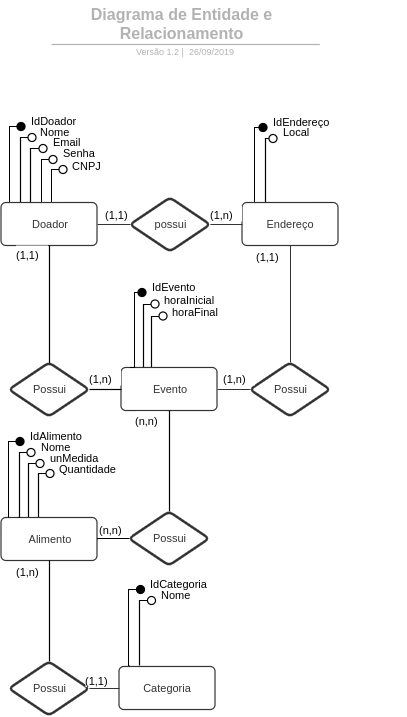
This is docs/assets/images/doc-arquitetura/DER.png from fga-eps-mds/2019.2-FoodCare, a draw.io export, as it was before one commit. Source tidied: cells renumbered, new cells last; positions are measured from the earlier drawing's top-left corner, leaving out a move shared by most shapes.
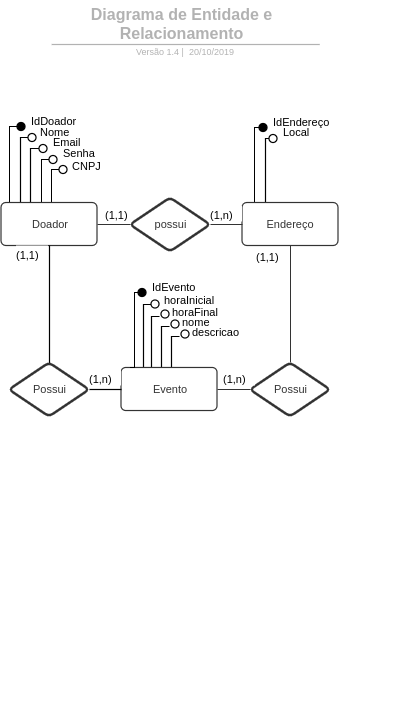
The same diagram one commit later.

Commit message:
Refatora imagens em doc-arquitetura

What changed in the source:
```diff
@@ -2,22 +2,27 @@
   <root>
     <mxCell id="0" />
     <mxCell id="1" parent="0" />
-    <mxCell id="2" style="html=1;jettySize=18;fontSize=11;strokeWidth=1.2;rounded=1;arcSize=0;edgeStyle=orthogonalEdgeStyle;startArrow=none;endArrow=none;exitX=0.1893355952099498;exitY=-0.01400277318614865;exitPerimeter=1;entryX=-0.07494300617068816;entryY=0.5;entryPerimeter=1;" parent="1" edge="1" target="80">
-      <mxGeometry relative="1" as="geometry">
-        <mxPoint x="26.7" y="528" as="sourcePoint" />
-        <Array as="points">
-          <mxPoint x="26.5" y="463" />
-        </Array>
-      </mxGeometry>
-    </mxCell>
-    <mxCell id="3" style="html=1;jettySize=18;fontSize=11;strokeWidth=1.2;rounded=1;arcSize=0;edgeStyle=orthogonalEdgeStyle;startArrow=none;endArrow=none;exitX=0.1893355952099498;exitY=-0.01400277318614865;exitPerimeter=1;entryX=-0.07494300617068816;entryY=0.5;entryPerimeter=1;" parent="1" edge="1" target="82">
-      <mxGeometry relative="1" as="geometry">
-        <mxPoint x="37" y="538.3" as="sourcePoint" />
-        <Array as="points">
-          <mxPoint x="36.5" y="473" />
-        </Array>
-      </mxGeometry>
-    </mxCell>
+    <mxCell id="84" style="html=1;jettySize=18;fontSize=11;strokeWidth=1.2;rounded=1;arcSize=0;edgeStyle=orthogonalEdgeStyle;startArrow=none;endArrow=none;exitX=0.1893355952099498;exitY=-0.01400277318614865;exitPerimeter=1;entryX=-0.07494300617068816;entryY=0.5;entryPerimeter=1;" parent="1" edge="1">
+      <mxGeometry relative="1" as="geometry">
+        <mxPoint x="160" y="391" as="sourcePoint" />
+        <mxPoint x="168" y="326" as="targetPoint" />
+        <Array as="points">
+          <mxPoint x="159.5" y="325.5" />
+        </Array>
+      </mxGeometry>
+    </mxCell>
+    <mxCell id="85" style="html=1;jettySize=18;fontSize=11;strokeWidth=1.2;rounded=1;arcSize=0;edgeStyle=orthogonalEdgeStyle;startArrow=none;endArrow=none;exitX=0.1893355952099498;exitY=-0.01400277318614865;exitPerimeter=1;entryX=-0.07494300617068816;entryY=0.5;entryPerimeter=1;" parent="1" edge="1">
+      <mxGeometry relative="1" as="geometry">
+        <mxPoint x="170" y="401" as="sourcePoint" />
+        <mxPoint x="178" y="336" as="targetPoint" />
+        <Array as="points">
+          <mxPoint x="169.5" y="335.5" />
+        </Array>
+      </mxGeometry>
+    </mxCell>
+    <mxCell id="86" value="descricao" style="html=1;whiteSpace=wrap;fontSize=11;fontColor=#000000;align=left;spacing=5;verticalAlign=bottom;strokeOpacity=0;fillOpacity=0;fillColor=#ffffff;strokeWidth=1.2;" parent="1" vertex="1">
+      <mxGeometry x="184.5" y="311.5" width="129" height="32" as="geometry" />
+    </mxCell>
     <mxCell id="4" style="html=1;jettySize=18;fontSize=11;strokeWidth=1.2;rounded=1;arcSize=0;edgeStyle=orthogonalEdgeStyle;startArrow=none;endArrow=none;exitX=0.41356356287256324;exitY=-0.01400277318614865;exitPerimeter=1;entryX=-0.07494300617068816;entryY=0.5;entryPerimeter=1;" parent="1" edge="1">
       <mxGeometry relative="1" as="geometry">
         <mxPoint x="49" y="212" as="sourcePoint" />
@@ -112,9 +117,10 @@
         </Array>
       </mxGeometry>
     </mxCell>
-    <mxCell id="25" style="html=1;jettySize=18;fontSize=11;strokeWidth=1.2;rounded=1;arcSize=0;edgeStyle=orthogonalEdgeStyle;startArrow=none;endArrow=none;exitX=0.1893355952099498;exitY=-0.01400277318614865;exitPerimeter=1;entryX=-0.07494300617068816;entryY=0.5;entryPerimeter=1;" parent="23" edge="1" target="73">
+    <mxCell id="25" style="html=1;jettySize=18;fontSize=11;strokeWidth=1.2;rounded=1;arcSize=0;edgeStyle=orthogonalEdgeStyle;startArrow=none;endArrow=none;exitX=0.1893355952099498;exitY=-0.01400277318614865;exitPerimeter=1;entryX=-0.07494300617068816;entryY=0.5;entryPerimeter=1;" parent="23" edge="1">
       <mxGeometry relative="1" as="geometry">
         <mxPoint x="150.5" y="183.8" as="sourcePoint" />
+        <mxPoint x="158.5" y="119" as="targetPoint" />
         <Array as="points">
           <mxPoint x="150" y="118.5" />
         </Array>
@@ -185,107 +191,12 @@
     <mxCell id="46" value="IdEvento" style="html=1;whiteSpace=wrap;fontSize=11;fontColor=#000000;align=left;spacing=5;verticalAlign=bottom;strokeOpacity=0;fillOpacity=0;fillColor=#ffffff;strokeWidth=1.2;" parent="23" vertex="1">
       <mxGeometry x="145" y="70" width="129" height="32" as="geometry" />
     </mxCell>
-    <mxCell id="47" style="html=1;jettySize=18;fontSize=11;strokeWidth=1.2;rounded=1;arcSize=0;edgeStyle=orthogonalEdgeStyle;startArrow=none;endArrow=none;exitX=0.5;exitY=1.0140027686803723;exitPerimeter=1;entryX=0.5;entryY=0.007660845280671058;entryPerimeter=1;" parent="23" edge="1" source="30" target="48">
-      <mxGeometry relative="1" as="geometry" />
-    </mxCell>
-    <mxCell id="48" value="Possui" style="html=1;whiteSpace=wrap;rhombus;fontSize=11;fontColor=#333333;spacing=5;strokeColor=#333333;strokeOpacity=100;rounded=1;absoluteArcSize=1;arcSize=9.6;strokeWidth=2.4;" parent="23" vertex="1">
-      <mxGeometry x="128" y="314" width="80" height="54" as="geometry" />
-    </mxCell>
-    <mxCell id="49" style="html=1;jettySize=18;fontSize=11;strokeWidth=1.2;rounded=1;arcSize=0;edgeStyle=orthogonalEdgeStyle;startArrow=none;endArrow=none;entryX=1.0062234549112143;entryY=0.5;entryPerimeter=1;exitX=0;exitY=0.5;exitDx=0;exitDy=0;" parent="23" edge="1" source="48" target="50">
-      <mxGeometry relative="1" as="geometry" />
-    </mxCell>
-    <mxCell id="50" value="Alimento" style="html=1;whiteSpace=wrap;fontSize=11;fontColor=#333333;spacing=5;strokeColor=#333333;strokeOpacity=100;fillOpacity=100;rounded=1;absoluteArcSize=1;arcSize=9.6;fillColor=#ffffff;strokeWidth=1.2;" parent="23" vertex="1">
-      <mxGeometry y="320" width="96" height="43" as="geometry" />
-    </mxCell>
-    <mxCell id="51" style="html=1;jettySize=18;fontSize=11;strokeWidth=1.2;rounded=1;arcSize=0;edgeStyle=orthogonalEdgeStyle;startArrow=none;endArrow=none;exitX=0.5000000000000002;exitY=1.0140027686803723;exitPerimeter=1;entryX=0.5;entryY=0.007660845280671058;entryPerimeter=1;" parent="23" edge="1" source="50" target="52">
-      <mxGeometry relative="1" as="geometry" />
-    </mxCell>
-    <mxCell id="52" value="Possui" style="html=1;whiteSpace=wrap;rhombus;fontSize=11;fontColor=#333333;spacing=5;strokeColor=#333333;strokeOpacity=100;rounded=1;absoluteArcSize=1;arcSize=9.6;strokeWidth=2.4;" parent="23" vertex="1">
-      <mxGeometry x="8" y="464" width="80" height="54" as="geometry" />
-    </mxCell>
-    <mxCell id="53" value="Categoria" style="html=1;whiteSpace=wrap;fontSize=11;fontColor=#333333;spacing=5;strokeColor=#333333;strokeOpacity=100;fillOpacity=100;rounded=1;absoluteArcSize=1;arcSize=9.6;fillColor=#ffffff;strokeWidth=1.2;" parent="23" vertex="1">
-      <mxGeometry x="118" y="469" width="96" height="43" as="geometry" />
-    </mxCell>
-    <mxCell id="54" value="(n,n)" style="html=1;whiteSpace=wrap;fontSize=11;fontColor=#000000;align=left;spacing=0;verticalAlign=bottom;fillColor=#ffffff;strokeWidth=1.2;shadow=0;strokeColor=none;" parent="23" vertex="1">
-      <mxGeometry x="134" y="214" width="32" height="16" as="geometry" />
-    </mxCell>
-    <mxCell id="55" value="(n,n)" style="html=1;whiteSpace=wrap;fontSize=11;fontColor=#000000;align=left;spacing=0;verticalAlign=bottom;fillColor=#ffffff;strokeWidth=1.2;shadow=0;strokeColor=none;" parent="23" vertex="1">
-      <mxGeometry x="98.5" y="322.5" width="32" height="16" as="geometry" />
-    </mxCell>
-    <mxCell id="56" style="html=1;jettySize=18;fontSize=11;strokeColor=#333333;strokeOpacity=100;strokeWidth=0.6;rounded=1;arcSize=0;edgeStyle=orthogonalEdgeStyle;startArrow=none;endArrow=none;exitX=1;exitY=0.5;entryX=0;entryY=0.5;exitDx=0;exitDy=0;entryDx=0;entryDy=0;" parent="23" edge="1" source="52" target="53">
-      <mxGeometry relative="1" as="geometry" />
-    </mxCell>
-    <mxCell id="57" value="(1,n)" style="html=1;whiteSpace=wrap;fontSize=11;fontColor=#000000;align=left;spacing=0;verticalAlign=bottom;fillColor=#ffffff;strokeWidth=1.2;shadow=0;strokeColor=none;" parent="23" vertex="1">
-      <mxGeometry x="15" y="365" width="32" height="16" as="geometry" />
-    </mxCell>
-    <mxCell id="58" value="(1,1)" style="html=1;whiteSpace=wrap;fontSize=11;fontColor=#000000;align=left;spacing=0;verticalAlign=bottom;fillColor=#ffffff;strokeWidth=1.2;strokeColor=none;" parent="23" vertex="1">
-      <mxGeometry x="84.5" y="473.5" width="32" height="16" as="geometry" />
-    </mxCell>
-    <mxCell id="59" style="html=1;jettySize=18;fontSize=11;strokeWidth=1.2;rounded=1;arcSize=0;edgeStyle=orthogonalEdgeStyle;startArrow=none;endArrow=none;exitX=0.07722161137864306;exitY=-0.01400277318614865;exitPerimeter=1;entryX=-0.07494300617068829;entryY=0.5;entryPerimeter=1;" parent="23" edge="1" target="60">
-      <mxGeometry relative="1" as="geometry">
-        <mxPoint x="7.8" y="319.7" as="sourcePoint" />
-        <Array as="points">
-          <mxPoint x="7" y="244" />
-        </Array>
-      </mxGeometry>
-    </mxCell>
-    <mxCell id="60" style="html=1;whiteSpace=wrap;ellipse;fontSize=11;spacing=5;strokeOpacity=100;fillOpacity=100;fillColor=#000000;strokeWidth=1.2;" parent="23" vertex="1">
-      <mxGeometry x="15" y="240" width="8" height="8" as="geometry" />
-    </mxCell>
-    <mxCell id="61" style="html=1;jettySize=18;fontSize=11;strokeWidth=1.2;rounded=1;arcSize=0;edgeStyle=orthogonalEdgeStyle;startArrow=none;endArrow=none;exitX=0.1893355952099498;exitY=-0.01400277318614865;exitPerimeter=1;entryX=-0.07494300617068816;entryY=0.5;entryPerimeter=1;" parent="23" edge="1" target="62">
-      <mxGeometry relative="1" as="geometry">
-        <mxPoint x="17.8" y="319.7" as="sourcePoint" />
-        <Array as="points">
-          <mxPoint x="18" y="255" />
-        </Array>
-      </mxGeometry>
-    </mxCell>
-    <mxCell id="62" style="html=1;whiteSpace=wrap;ellipse;fontSize=11;spacing=5;strokeOpacity=100;strokeWidth=1.2;" parent="23" vertex="1">
-      <mxGeometry x="26" y="251" width="8" height="8" as="geometry" />
-    </mxCell>
-    <mxCell id="63" value="IdAlimento" style="html=1;whiteSpace=wrap;fontSize=11;fontColor=#000000;align=left;spacing=5;verticalAlign=bottom;strokeOpacity=0;fillOpacity=0;fillColor=#ffffff;strokeWidth=1.2;" parent="23" vertex="1">
-      <mxGeometry x="23" y="219" width="129" height="32" as="geometry" />
-    </mxCell>
-    <mxCell id="64" value="Nome" style="html=1;whiteSpace=wrap;fontSize=11;fontColor=#000000;align=left;spacing=5;verticalAlign=bottom;strokeOpacity=0;fillOpacity=0;fillColor=#ffffff;strokeWidth=1.2;" parent="23" vertex="1">
-      <mxGeometry x="34" y="230" width="129" height="32" as="geometry" />
-    </mxCell>
-    <mxCell id="65" style="html=1;jettySize=18;fontSize=11;strokeWidth=1.2;rounded=1;arcSize=0;edgeStyle=orthogonalEdgeStyle;startArrow=none;endArrow=none;exitX=0.07722161137864306;exitY=-0.01400277318614865;exitPerimeter=1;entryX=-0.07494300617068829;entryY=0.5;entryPerimeter=1;" parent="23" edge="1" target="66">
-      <mxGeometry relative="1" as="geometry">
-        <mxPoint x="128.3" y="467.7" as="sourcePoint" />
-        <Array as="points">
-          <mxPoint x="127.5" y="392" />
-        </Array>
-      </mxGeometry>
-    </mxCell>
-    <mxCell id="66" style="html=1;whiteSpace=wrap;ellipse;fontSize=11;spacing=5;strokeOpacity=100;fillOpacity=100;fillColor=#000000;strokeWidth=1.2;" parent="23" vertex="1">
-      <mxGeometry x="135.5" y="388" width="8" height="8" as="geometry" />
-    </mxCell>
-    <mxCell id="67" style="html=1;jettySize=18;fontSize=11;strokeWidth=1.2;rounded=1;arcSize=0;edgeStyle=orthogonalEdgeStyle;startArrow=none;endArrow=none;exitX=0.1893355952099498;exitY=-0.01400277318614865;exitPerimeter=1;entryX=-0.07494300617068816;entryY=0.5;entryPerimeter=1;" parent="23" edge="1" target="68">
-      <mxGeometry relative="1" as="geometry">
-        <mxPoint x="138.3" y="467.7" as="sourcePoint" />
-        <Array as="points">
-          <mxPoint x="138.5" y="403" />
-        </Array>
-      </mxGeometry>
-    </mxCell>
-    <mxCell id="68" style="html=1;whiteSpace=wrap;ellipse;fontSize=11;spacing=5;strokeOpacity=100;strokeWidth=1.2;" parent="23" vertex="1">
-      <mxGeometry x="146.5" y="399" width="8" height="8" as="geometry" />
-    </mxCell>
-    <mxCell id="69" value="IdCategoria" style="html=1;whiteSpace=wrap;fontSize=11;fontColor=#000000;align=left;spacing=5;verticalAlign=bottom;strokeOpacity=0;fillOpacity=0;fillColor=#ffffff;strokeWidth=1.2;" parent="23" vertex="1">
-      <mxGeometry x="143.5" y="367" width="129" height="32" as="geometry" />
-    </mxCell>
-    <mxCell id="70" value="Nome" style="html=1;whiteSpace=wrap;fontSize=11;fontColor=#000000;align=left;spacing=5;verticalAlign=bottom;strokeOpacity=0;fillOpacity=0;fillColor=#ffffff;strokeWidth=1.2;" parent="23" vertex="1">
-      <mxGeometry x="154.5" y="378" width="129" height="32" as="geometry" />
-    </mxCell>
     <mxCell id="71" style="html=1;whiteSpace=wrap;ellipse;fontSize=11;spacing=5;strokeOpacity=100;strokeWidth=1.2;" parent="23" vertex="1">
       <mxGeometry x="150" y="102.5" width="8" height="8" as="geometry" />
     </mxCell>
     <mxCell id="72" value="horaInicial" style="html=1;whiteSpace=wrap;fontSize=11;fontColor=#000000;align=left;spacing=5;verticalAlign=bottom;strokeOpacity=0;fillOpacity=0;fillColor=#ffffff;strokeWidth=1.2;" parent="23" vertex="1">
       <mxGeometry x="157" y="82.5" width="129" height="32" as="geometry" />
     </mxCell>
-    <mxCell id="73" style="html=1;whiteSpace=wrap;ellipse;fontSize=11;spacing=5;strokeOpacity=100;strokeWidth=1.2;" parent="23" vertex="1">
-      <mxGeometry x="158" y="114.5" width="8" height="8" as="geometry" />
-    </mxCell>
     <mxCell id="74" value="horaFinal" style="html=1;whiteSpace=wrap;fontSize=11;fontColor=#000000;align=left;spacing=5;verticalAlign=bottom;strokeOpacity=0;fillOpacity=0;fillColor=#ffffff;strokeWidth=1.2;" parent="23" vertex="1">
       <mxGeometry x="165" y="94.5" width="129" height="32" as="geometry" />
     </mxCell>
@@ -295,7 +206,7 @@
     <mxCell id="76" style="html=1;jettySize=18;fontSize=11;strokeColor=#b2b2b2;strokeOpacity=100;strokeWidth=1.2;rounded=1;arcSize=16;startArrow=none;endArrow=none;exitX=0.11699004487890208;exitY=0.9673824779331781;exitPerimeter=1;entryX=0.892957226153803;entryY=0.9673824779331781;entryPerimeter=1;" parent="1" edge="1" source="75" target="75">
       <mxGeometry relative="1" as="geometry" />
     </mxCell>
-    <mxCell id="77" value="Versão 1.2 |&amp;nbsp; 26/09/2019" style="html=1;whiteSpace=wrap;fontSize=9;fontColor=#b2b2b2;align=center;spacingLeft=5.628;spacingRight=9.38;spacingTop=2.68;spacing=4;strokeOpacity=0;fillOpacity=0;rounded=1;absoluteArcSize=1;arcSize=9.6;fillColor=#ffffff;strokeWidth=1.2;" parent="1" vertex="1">
+    <mxCell id="77" value="Versão 1.4 |&amp;nbsp; 20/10/2019" style="html=1;whiteSpace=wrap;fontSize=9;fontColor=#b2b2b2;align=center;spacingLeft=5.628;spacingRight=9.38;spacingTop=2.68;spacing=4;strokeOpacity=0;fillOpacity=0;rounded=1;absoluteArcSize=1;arcSize=9.6;fillColor=#ffffff;strokeWidth=1.2;" parent="1" vertex="1">
       <mxGeometry x="24" y="44" width="324" height="12" as="geometry" />
     </mxCell>
     <mxCell id="78" style="html=1;whiteSpace=wrap;ellipse;fontSize=11;spacing=5;strokeOpacity=100;strokeWidth=1.2;" parent="1" vertex="1">
@@ -304,17 +215,17 @@
     <mxCell id="79" value="CNPJ" style="html=1;whiteSpace=wrap;fontSize=11;fontColor=#000000;align=left;spacing=5;verticalAlign=bottom;strokeOpacity=0;fillOpacity=0;fillColor=#ffffff;strokeWidth=1.2;" parent="1" vertex="1">
       <mxGeometry x="64.5" y="145.5" width="129" height="32" as="geometry" />
     </mxCell>
-    <mxCell id="80" style="html=1;whiteSpace=wrap;ellipse;fontSize=11;spacing=5;strokeOpacity=100;strokeWidth=1.2;" parent="1" vertex="1">
-      <mxGeometry x="34.5" y="459" width="8" height="8" as="geometry" />
-    </mxCell>
-    <mxCell id="81" value="unMedida" style="html=1;whiteSpace=wrap;fontSize=11;fontColor=#000000;align=left;spacing=5;verticalAlign=bottom;strokeOpacity=0;fillOpacity=0;fillColor=#ffffff;strokeWidth=1.2;" parent="1" vertex="1">
-      <mxGeometry x="42.5" y="438" width="129" height="32" as="geometry" />
-    </mxCell>
-    <mxCell id="82" style="html=1;whiteSpace=wrap;ellipse;fontSize=11;spacing=5;strokeOpacity=100;strokeWidth=1.2;" parent="1" vertex="1">
-      <mxGeometry x="44.5" y="469" width="8" height="8" as="geometry" />
-    </mxCell>
-    <mxCell id="83" value="Quantidade" style="html=1;whiteSpace=wrap;fontSize=11;fontColor=#000000;align=left;spacing=5;verticalAlign=bottom;strokeOpacity=0;fillOpacity=0;fillColor=#ffffff;strokeWidth=1.2;" parent="1" vertex="1">
-      <mxGeometry x="51.5" y="449" width="129" height="32" as="geometry" />
-    </mxCell>
+    <mxCell id="87" value="nome" style="html=1;whiteSpace=wrap;fontSize=11;fontColor=#000000;align=left;spacing=5;verticalAlign=bottom;strokeOpacity=0;fillOpacity=0;fillColor=#ffffff;strokeWidth=1.2;" parent="1" vertex="1">
+      <mxGeometry x="174.5" y="301.5" width="129" height="32" as="geometry" />
+    </mxCell>
+    <mxCell id="88" style="html=1;whiteSpace=wrap;ellipse;fontSize=11;spacing=5;strokeOpacity=100;strokeWidth=1.2;" parent="1" vertex="1">
+      <mxGeometry x="159.5" y="309.5" width="8" height="8" as="geometry" />
+    </mxCell>
+    <mxCell id="89" style="html=1;whiteSpace=wrap;ellipse;fontSize=11;spacing=5;strokeOpacity=100;strokeWidth=1.2;" parent="1" vertex="1">
+      <mxGeometry x="169.5" y="319.5" width="8" height="8" as="geometry" />
+    </mxCell>
+    <mxCell id="90" style="html=1;whiteSpace=wrap;ellipse;fontSize=11;spacing=5;strokeOpacity=100;strokeWidth=1.2;" parent="1" vertex="1">
+      <mxGeometry x="179.5" y="329.5" width="8" height="8" as="geometry" />
+    </mxCell>
   </root>
 </mxGraphModel>
```
